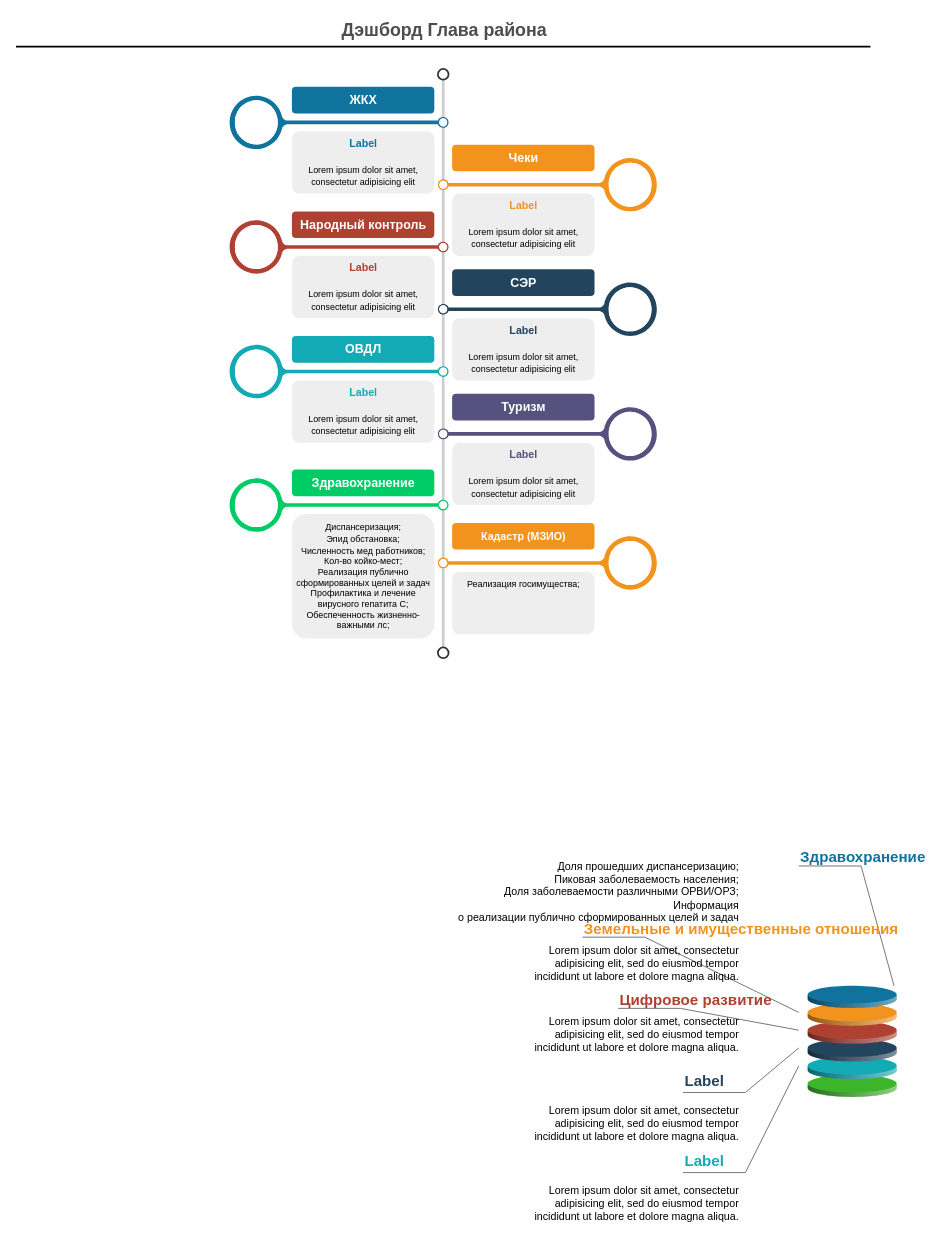
Above: Диаграмма без названия.drawio in Esemenov85/dashboard (draw.io), before the change. Source tidied: cells renumbered, new cells numbered last; positions are measured from the earlier drawing's top-left corner, leaving out a move shared by most shapes. Both pictures are drawn from the tidied source at 89%, with x=0, y=0 at pixel (16, 15).
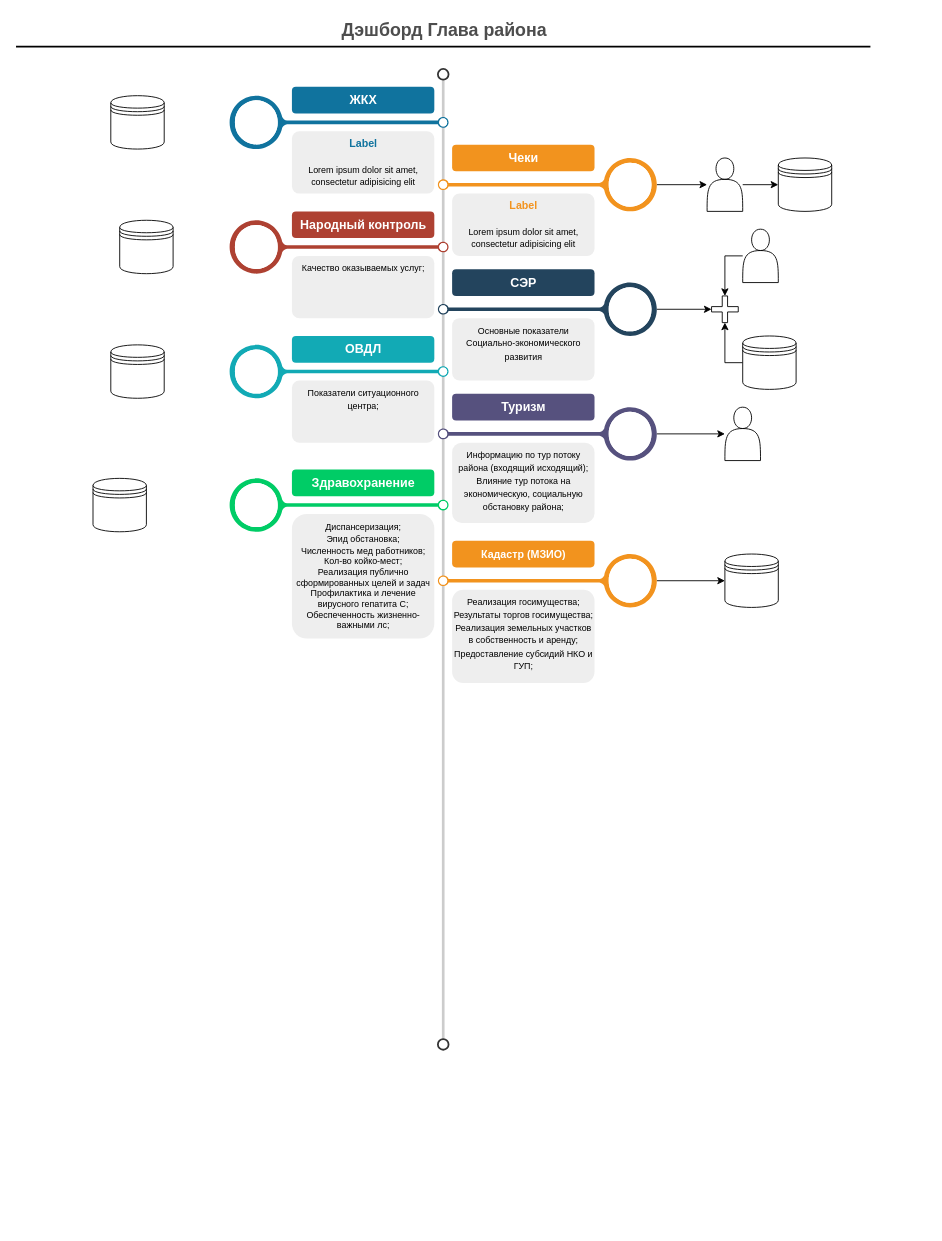
The same diagram, later.

Unchanged cells that the change refers to:
```xml
<mxCell id="24" style="verticalLabelPosition=middle;verticalAlign=middle;html=1;shape=mxgraph.infographic.circularCallout2;dy=15;strokeColor=#F2931E;labelPosition=center;align=center;fontColor=#F2931E;fontStyle=1;fontSize=24;shadow=0;direction=north;flipH=1;" parent="1" vertex="1">
  <mxGeometry x="473.5" y="160" width="246" height="60" as="geometry" />
</mxCell>
<mxCell id="26" style="verticalLabelPosition=middle;verticalAlign=middle;html=1;shape=mxgraph.infographic.circularCallout2;dy=15;strokeColor=#23445D;labelPosition=center;align=center;fontColor=#10739E;fontStyle=1;fontSize=24;shadow=0;direction=north;flipH=1;" parent="1" vertex="1">
  <mxGeometry x="473.5" y="300" width="246" height="60" as="geometry" />
</mxCell>
<mxCell id="28" style="verticalLabelPosition=middle;verticalAlign=middle;html=1;shape=mxgraph.infographic.circularCallout2;dy=15;strokeColor=#56517E;labelPosition=center;align=center;fontColor=#10739E;fontStyle=1;fontSize=24;shadow=0;direction=north;flipH=1;" parent="1" vertex="1">
  <mxGeometry x="473.5" y="440" width="246" height="60" as="geometry" />
</mxCell>
```

The edit, as a diff of the source:
```diff
@@
-    <mxCell id="2" style="verticalLabelPosition=middle;verticalAlign=middle;html=1;shape=mxgraph.infographic.cylinder;fillColor=#3CB52A;strokeColor=none;shadow=0;align=left;labelPosition=right;spacingLeft=10;fontStyle=1;fontColor=#12AAB5;" parent="1" vertex="1">
-      <mxGeometry x="889" y="1190" width="100" height="25" as="geometry" />
-    </mxCell>
@@
-    <mxCell id="5" style="verticalLabelPosition=middle;verticalAlign=middle;html=1;shape=mxgraph.infographic.cylinder;fillColor=#12AAB5;strokeColor=none;shadow=0;align=left;labelPosition=right;spacingLeft=10;fontStyle=1;fontColor=#12AAB5;" parent="1" vertex="1">
-      <mxGeometry x="889" y="1170" width="100" height="25" as="geometry" />
-    </mxCell>
-    <mxCell id="6" style="verticalLabelPosition=middle;verticalAlign=middle;html=1;shape=mxgraph.infographic.cylinder;fillColor=#23445D;strokeColor=none;shadow=0;align=left;labelPosition=right;spacingLeft=10;fontStyle=1;fontColor=#23445D;" parent="1" vertex="1">
-      <mxGeometry x="889" y="1150" width="100" height="25" as="geometry" />
-    </mxCell>
-    <mxCell id="7" style="verticalLabelPosition=middle;verticalAlign=middle;html=1;shape=mxgraph.infographic.cylinder;fillColor=#AE4132;strokeColor=none;shadow=0;align=left;labelPosition=right;spacingLeft=10;fontStyle=1;fontColor=#AE4132;" parent="1" vertex="1">
-      <mxGeometry x="889" y="1130" width="100" height="25" as="geometry" />
-    </mxCell>
-    <mxCell id="8" style="verticalLabelPosition=middle;verticalAlign=middle;html=1;shape=mxgraph.infographic.cylinder;fillColor=#F2931E;strokeColor=none;shadow=0;align=left;labelPosition=right;spacingLeft=10;fontStyle=1;fontColor=#F2931E;" parent="1" vertex="1">
-      <mxGeometry x="889" y="1110" width="100" height="25" as="geometry" />
-    </mxCell>
-    <mxCell id="9" style="verticalLabelPosition=middle;verticalAlign=middle;html=1;shape=mxgraph.infographic.cylinder;fillColor=#10739E;strokeColor=none;shadow=0;align=left;labelPosition=right;spacingLeft=10;fontStyle=1;fontColor=#10739E;" parent="1" vertex="1">
-      <mxGeometry x="889" y="1090" width="100" height="25" as="geometry" />
-    </mxCell>
-    <mxCell id="10" value="Здравохранение" style="strokeWidth=1;shadow=0;dashed=0;align=center;html=1;shape=mxgraph.mockup.text.callout;linkText=;textSize=17;textColor=#666666;callDir=NW;callStyle=line;fontSize=17;fontColor=#10739E;align=left;verticalAlign=top;strokeColor=#666666;fillColor=#4D9900;flipV=0;fontStyle=1;" parent="1" vertex="1">
-      <mxGeometry x="879" y="930" width="107" height="160" as="geometry" />
-    </mxCell>
-    <mxCell id="11" value="Земельные и имущественные отношения" style="strokeWidth=1;shadow=0;dashed=0;align=center;html=1;shape=mxgraph.mockup.text.callout;linkText=;textSize=17;textColor=#666666;callDir=NW;callStyle=line;fontSize=17;fontColor=#F2931E;align=left;verticalAlign=top;strokeColor=#666666;fillColor=#4D9900;flipV=0;fontStyle=1;" parent="1" vertex="1">
-      <mxGeometry x="636" y="1010" width="243" height="110" as="geometry" />
-    </mxCell>
-    <mxCell id="12" value="Цифровое развитие" style="strokeWidth=1;shadow=0;dashed=0;align=center;html=1;shape=mxgraph.mockup.text.callout;linkText=;textSize=17;textColor=#666666;callDir=NW;callStyle=line;fontSize=17;fontColor=#AE4132;align=left;verticalAlign=top;strokeColor=#666666;fillColor=#4D9900;flipV=0;fontStyle=1;" parent="1" vertex="1">
-      <mxGeometry x="676" y="1090" width="203" height="50" as="geometry" />
-    </mxCell>
-    <mxCell id="13" value="Label" style="strokeWidth=1;shadow=0;dashed=0;align=center;html=1;shape=mxgraph.mockup.text.callout;linkText=;textSize=17;textColor=#666666;callDir=SW;callStyle=line;fontSize=17;fontColor=#23445D;align=left;verticalAlign=bottom;strokeColor=#666666;fillColor=#4D9900;flipV=0;fontStyle=1;" parent="1" vertex="1">
-      <mxGeometry x="749" y="1160" width="130" height="50" as="geometry" />
-    </mxCell>
-    <mxCell id="14" value="Label" style="strokeWidth=1;shadow=0;dashed=0;align=center;html=1;shape=mxgraph.mockup.text.callout;linkText=;textSize=17;textColor=#666666;callDir=SW;callStyle=line;fontSize=17;fontColor=#12AAB5;align=left;verticalAlign=bottom;strokeColor=#666666;fillColor=#4D9900;flipV=0;fontStyle=1;" parent="1" vertex="1">
-      <mxGeometry x="749" y="1180" width="130" height="120" as="geometry" />
-    </mxCell>
-    <mxCell id="15" value="Доля прошедших диспансеризацию;&lt;br&gt;Пиковая заболеваемость населения;&lt;br&gt;Доля заболеваемости различными ОРВИ/ОРЗ;&lt;br&gt;Информация&lt;br/&gt;о реализации публично сформированных целей и задач" style="rounded=0;whiteSpace=wrap;shadow=0;strokeColor=none;strokeWidth=6;fillColor=none;fontSize=12;align=right;html=1;" parent="1" vertex="1">
-      <mxGeometry x="496" y="960" width="318" height="50" as="geometry" />
-    </mxCell>
-    <mxCell id="16" value="Lorem ipsum dolor sit amet, consectetur adipisicing elit, sed do eiusmod tempor incididunt ut labore et dolore magna aliqua." style="rounded=0;whiteSpace=wrap;shadow=0;strokeColor=none;strokeWidth=6;fillColor=none;fontSize=12;align=right;html=1;" parent="1" vertex="1">
-      <mxGeometry x="574" y="1040" width="240" height="50" as="geometry" />
-    </mxCell>
-    <mxCell id="17" value="Lorem ipsum dolor sit amet, consectetur adipisicing elit, sed do eiusmod tempor incididunt ut labore et dolore magna aliqua." style="rounded=0;whiteSpace=wrap;shadow=0;strokeColor=none;strokeWidth=6;fillColor=none;fontSize=12;align=right;html=1;" parent="1" vertex="1">
-      <mxGeometry x="574" y="1120" width="240" height="50" as="geometry" />
-    </mxCell>
-    <mxCell id="18" value="Lorem ipsum dolor sit amet, consectetur adipisicing elit, sed do eiusmod tempor incididunt ut labore et dolore magna aliqua." style="rounded=0;whiteSpace=wrap;shadow=0;strokeColor=none;strokeWidth=6;fillColor=none;fontSize=12;align=right;html=1;" parent="1" vertex="1">
-      <mxGeometry x="574" y="1220" width="240" height="50" as="geometry" />
-    </mxCell>
-    <mxCell id="19" value="Lorem ipsum dolor sit amet, consectetur adipisicing elit, sed do eiusmod tempor incididunt ut labore et dolore magna aliqua." style="rounded=0;whiteSpace=wrap;shadow=0;strokeColor=none;strokeWidth=6;fillColor=none;fontSize=12;align=right;html=1;" parent="1" vertex="1">
-      <mxGeometry x="574" y="1310" width="240" height="50" as="geometry" />
-    </mxCell>
@@
     <mxCell id="22" style="ellipse;whiteSpace=wrap;html=1;shadow=0;fillColor=none;strokeColor=#333333;fontSize=16;align=center;strokeWidth=2;" parent="1" vertex="1">
-      <mxGeometry x="473.5" y="710" width="12" height="12" as="geometry" />
+      <mxGeometry x="473.5" y="1150" width="12" height="12" as="geometry" />
     </mxCell>
@@
+    <mxCell id="47" style="edgeStyle=orthogonalEdgeStyle;rounded=0;jettySize=auto;html=1;" parent="1" edge="1" source="24" target="59">
+      <mxGeometry relative="1" as="geometry" />
+    </mxCell>
@@
+    <mxCell id="48" style="edgeStyle=orthogonalEdgeStyle;rounded=0;jettySize=auto;html=1;" parent="1" edge="1" source="26" target="64">
+      <mxGeometry relative="1" as="geometry" />
+    </mxCell>
@@
+    <mxCell id="49" style="edgeStyle=orthogonalEdgeStyle;rounded=0;jettySize=auto;html=1;" parent="1" edge="1" source="28" target="52">
+      <mxGeometry relative="1" as="geometry" />
+    </mxCell>
@@
-    <mxCell id="37" value="&lt;font style=&quot;font-size: 10px&quot;&gt;&lt;font style=&quot;font-size: 12px&quot; color=&quot;#AE4132&quot;&gt;&lt;b&gt;Label&lt;/b&gt;&lt;/font&gt;&lt;br&gt;&lt;br&gt;&lt;font size=&quot;1&quot;&gt;Lorem ipsum dolor sit amet, consectetur adipisicing elit&lt;/font&gt;&lt;/font&gt;" style="rounded=1;strokeColor=none;fillColor=#EEEEEE;align=center;arcSize=12;verticalAlign=top;whiteSpace=wrap;html=1;fontSize=12;" parent="1" vertex="1">
+    <mxCell id="37" value="&lt;font style=&quot;font-size: 10px&quot;&gt;&lt;font size=&quot;1&quot;&gt;Качество оказываемых услуг;&lt;br&gt;&lt;/font&gt;&lt;/font&gt;" style="rounded=1;strokeColor=none;fillColor=#EEEEEE;align=center;arcSize=12;verticalAlign=top;whiteSpace=wrap;html=1;fontSize=12;" parent="1" vertex="1">
       <mxGeometry x="309.5" y="270" width="160" height="70" as="geometry" />
     </mxCell>
-    <mxCell id="38" value="&lt;font style=&quot;font-size: 10px&quot;&gt;&lt;font style=&quot;font-size: 12px&quot; color=&quot;#23445D&quot;&gt;&lt;b&gt;Label&lt;/b&gt;&lt;/font&gt;&lt;br&gt;&lt;br&gt;&lt;font size=&quot;1&quot;&gt;Lorem ipsum dolor sit amet, consectetur adipisicing elit&lt;/font&gt;&lt;/font&gt;" style="rounded=1;strokeColor=none;fillColor=#EEEEEE;align=center;arcSize=12;verticalAlign=top;whiteSpace=wrap;html=1;fontSize=12;" parent="1" vertex="1">
+    <mxCell id="38" value="&lt;font style=&quot;font-size: 10px&quot;&gt;Основные показатели Социально-экономического развития&lt;br&gt;&lt;/font&gt;" style="rounded=1;strokeColor=none;fillColor=#EEEEEE;align=center;arcSize=12;verticalAlign=top;whiteSpace=wrap;html=1;fontSize=12;" parent="1" vertex="1">
       <mxGeometry x="489.5" y="340" width="160" height="70" as="geometry" />
     </mxCell>
-    <mxCell id="39" value="&lt;font style=&quot;font-size: 10px&quot;&gt;&lt;font style=&quot;font-size: 12px&quot; color=&quot;#12AAB5&quot;&gt;&lt;b&gt;Label&lt;/b&gt;&lt;/font&gt;&lt;br&gt;&lt;br&gt;&lt;font size=&quot;1&quot;&gt;Lorem ipsum dolor sit amet, consectetur adipisicing elit&lt;/font&gt;&lt;/font&gt;" style="rounded=1;strokeColor=none;fillColor=#EEEEEE;align=center;arcSize=12;verticalAlign=top;whiteSpace=wrap;html=1;fontSize=12;" parent="1" vertex="1">
+    <mxCell id="39" value="&lt;span style=&quot;font-size: 10px;&quot;&gt;Показатели ситуационного центра;&lt;/span&gt;" style="rounded=1;strokeColor=none;fillColor=#EEEEEE;align=center;arcSize=12;verticalAlign=top;whiteSpace=wrap;html=1;fontSize=12;" parent="1" vertex="1">
       <mxGeometry x="309.5" y="410" width="160" height="70" as="geometry" />
     </mxCell>
-    <mxCell id="40" value="&lt;font style=&quot;font-size: 10px&quot;&gt;&lt;font style=&quot;font-size: 12px&quot; color=&quot;#56517E&quot;&gt;&lt;b&gt;Label&lt;/b&gt;&lt;/font&gt;&lt;br&gt;&lt;br&gt;&lt;font size=&quot;1&quot;&gt;Lorem ipsum dolor sit amet, consectetur adipisicing elit&lt;/font&gt;&lt;/font&gt;" style="rounded=1;strokeColor=none;fillColor=#EEEEEE;align=center;arcSize=12;verticalAlign=top;whiteSpace=wrap;html=1;fontSize=12;" parent="1" vertex="1">
-      <mxGeometry x="489.5" y="480" width="160" height="70" as="geometry" />
+    <mxCell id="40" value="&lt;font style=&quot;&quot;&gt;&lt;font style=&quot;font-size: 10px;&quot; size=&quot;1&quot;&gt;Информацию по тур потоку района (входящий исходящий);&lt;br&gt;Влияние тур потока на экономическую, социальную обстановку района;&lt;br&gt;&lt;/font&gt;&lt;/font&gt;" style="rounded=1;strokeColor=none;fillColor=#EEEEEE;align=center;arcSize=12;verticalAlign=top;whiteSpace=wrap;html=1;fontSize=12;" parent="1" vertex="1">
+      <mxGeometry x="489.5" y="480" width="160" height="90" as="geometry" />
     </mxCell>
@@
+    <mxCell id="50" style="edgeStyle=orthogonalEdgeStyle;rounded=0;jettySize=auto;html=1;" parent="1" edge="1" source="44" target="51">
+      <mxGeometry relative="1" as="geometry" />
+    </mxCell>
     <mxCell id="44" style="verticalLabelPosition=middle;verticalAlign=middle;html=1;shape=mxgraph.infographic.circularCallout2;dy=15;strokeColor=#F2931E;labelPosition=center;align=center;fontColor=#F2931E;fontStyle=1;fontSize=24;shadow=0;direction=north;flipH=1;" parent="1" vertex="1">
-      <mxGeometry x="473.5" y="585" width="246" height="60" as="geometry" />
+      <mxGeometry x="473.5" y="605" width="246" height="60" as="geometry" />
     </mxCell>
     <mxCell id="45" value="&lt;font style=&quot;font-size: 12px;&quot;&gt;Кадастр (МЗИО)&lt;/font&gt;" style="fillColor=#F2931E;strokecolor=none;rounded=1;fontColor=#FFFFFF;strokeColor=none;fontStyle=1;fontSize=14;whiteSpace=wrap;html=1;" parent="1" vertex="1">
-      <mxGeometry x="489.5" y="570" width="160" height="30" as="geometry" />
+      <mxGeometry x="489.5" y="590" width="160" height="30" as="geometry" />
     </mxCell>
-    <mxCell id="46" value="&lt;span style=&quot;border-color: var(--border-color); font-size: 10px;&quot;&gt;Реализация госимущества;&lt;/span&gt;" style="rounded=1;strokeColor=none;fillColor=#EEEEEE;align=center;arcSize=12;verticalAlign=top;whiteSpace=wrap;html=1;fontSize=12;" parent="1" vertex="1">
-      <mxGeometry x="489.5" y="625" width="160" height="70" as="geometry" />
+    <mxCell id="46" value="&lt;span style=&quot;border-color: var(--border-color); font-size: 10px;&quot;&gt;Реализация госимущества;&lt;br&gt;Результаты торгов госимущества;&lt;br&gt;Реализация земельных участков в собственность и аренду;&lt;br&gt;Предоставление субсидий НКО и ГУП;&lt;br&gt;&lt;/span&gt;" style="rounded=1;strokeColor=none;fillColor=#EEEEEE;align=center;arcSize=12;verticalAlign=top;whiteSpace=wrap;html=1;fontSize=12;" parent="1" vertex="1">
+      <mxGeometry x="489.5" y="645" width="160" height="105" as="geometry" />
     </mxCell>
+    <mxCell id="51" style="shape=datastore;whiteSpace=wrap;html=1;" parent="1" vertex="1">
+      <mxGeometry x="796" y="605" width="60" height="60" as="geometry" />
+    </mxCell>
+    <mxCell id="52" style="shape=actor;whiteSpace=wrap;html=1;" parent="1" vertex="1">
+      <mxGeometry x="796" y="440" width="40" height="60" as="geometry" />
+    </mxCell>
+    <mxCell id="53" style="shape=datastore;whiteSpace=wrap;html=1;" parent="1" vertex="1">
+      <mxGeometry x="86" y="520" width="60" height="60" as="geometry" />
+    </mxCell>
+    <mxCell id="54" style="shape=datastore;whiteSpace=wrap;html=1;" parent="1" vertex="1">
+      <mxGeometry x="106" y="370" width="60" height="60" as="geometry" />
+    </mxCell>
+    <mxCell id="55" style="shape=datastore;whiteSpace=wrap;html=1;" parent="1" vertex="1">
+      <mxGeometry x="116" y="230" width="60" height="60" as="geometry" />
+    </mxCell>
+    <mxCell id="56" style="shape=datastore;whiteSpace=wrap;html=1;" parent="1" vertex="1">
+      <mxGeometry x="106" y="90" width="60" height="60" as="geometry" />
+    </mxCell>
+    <mxCell id="57" style="shape=datastore;whiteSpace=wrap;html=1;" parent="1" vertex="1">
+      <mxGeometry x="856" y="160" width="60" height="60" as="geometry" />
+    </mxCell>
+    <mxCell id="58" style="edgeStyle=orthogonalEdgeStyle;rounded=0;jettySize=auto;html=1;" parent="1" edge="1" source="59" target="57">
+      <mxGeometry relative="1" as="geometry" />
+    </mxCell>
+    <mxCell id="59" style="shape=actor;whiteSpace=wrap;html=1;" parent="1" vertex="1">
+      <mxGeometry x="776" y="160" width="40" height="60" as="geometry" />
+    </mxCell>
+    <mxCell id="60" style="edgeStyle=orthogonalEdgeStyle;rounded=0;jettySize=auto;html=1;" parent="1" edge="1" source="61" target="64">
+      <mxGeometry relative="1" as="geometry" />
+    </mxCell>
+    <mxCell id="61" style="shape=datastore;whiteSpace=wrap;html=1;" parent="1" vertex="1">
+      <mxGeometry x="816" y="360" width="60" height="60" as="geometry" />
+    </mxCell>
+    <mxCell id="62" style="edgeStyle=orthogonalEdgeStyle;rounded=0;jettySize=auto;html=1;" parent="1" edge="1" source="63" target="64">
+      <mxGeometry relative="1" as="geometry" />
+    </mxCell>
+    <mxCell id="63" style="shape=actor;whiteSpace=wrap;html=1;" parent="1" vertex="1">
+      <mxGeometry x="816" y="240" width="40" height="60" as="geometry" />
+    </mxCell>
+    <mxCell id="64" style="shape=cross;whiteSpace=wrap;html=1;" parent="1" vertex="1">
+      <mxGeometry x="781" y="315" width="30" height="30" as="geometry" />
+    </mxCell>
```
